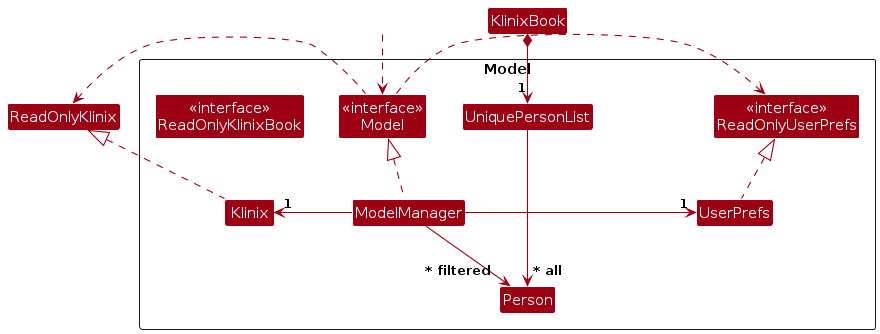
AY2425S2-CS2103T-T09-2/tp keeps this PlantUML diagram as diagrams/ModelClassDiagram.png. Above is the earlier version. Its source is kept beside it as diagrams/ModelClassDiagram.puml.
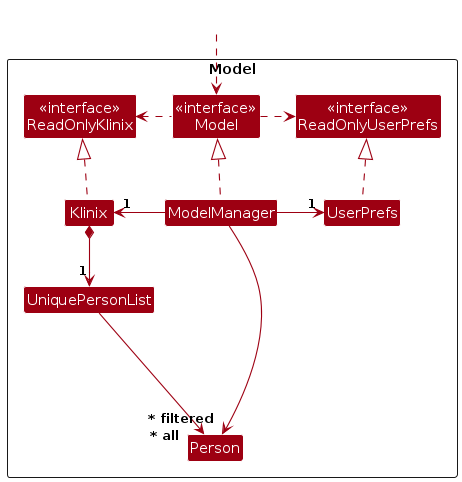
The same diagram one commit later.

Change to the diagram source:
```diff
@@ -5,7 +5,7 @@
 skinparam classBackgroundColor MODEL_COLOR
 
 Package Model as ModelPackage <<Rectangle>>{
-Class "<<interface>>\nReadOnlyKlinixBook" as ReadOnlyKlinixBook
+Class "<<interface>>\nReadOnlyKlinix" as ReadOnlyKlinix
 Class "<<interface>>\nReadOnlyUserPrefs" as ReadOnlyUserPrefs
 Class "<<interface>>\nModel" as Model
 Class Klinix
@@ -30,7 +30,7 @@
 ModelManager -right-> "1" UserPrefs
 UserPrefs .up.|> ReadOnlyUserPrefs
 
-KlinixBook *--> "1" UniquePersonList
+Klinix *--> "1" UniquePersonList
 UniquePersonList --> "~* all" Person
 
 Person -[hidden]up--> I
```
